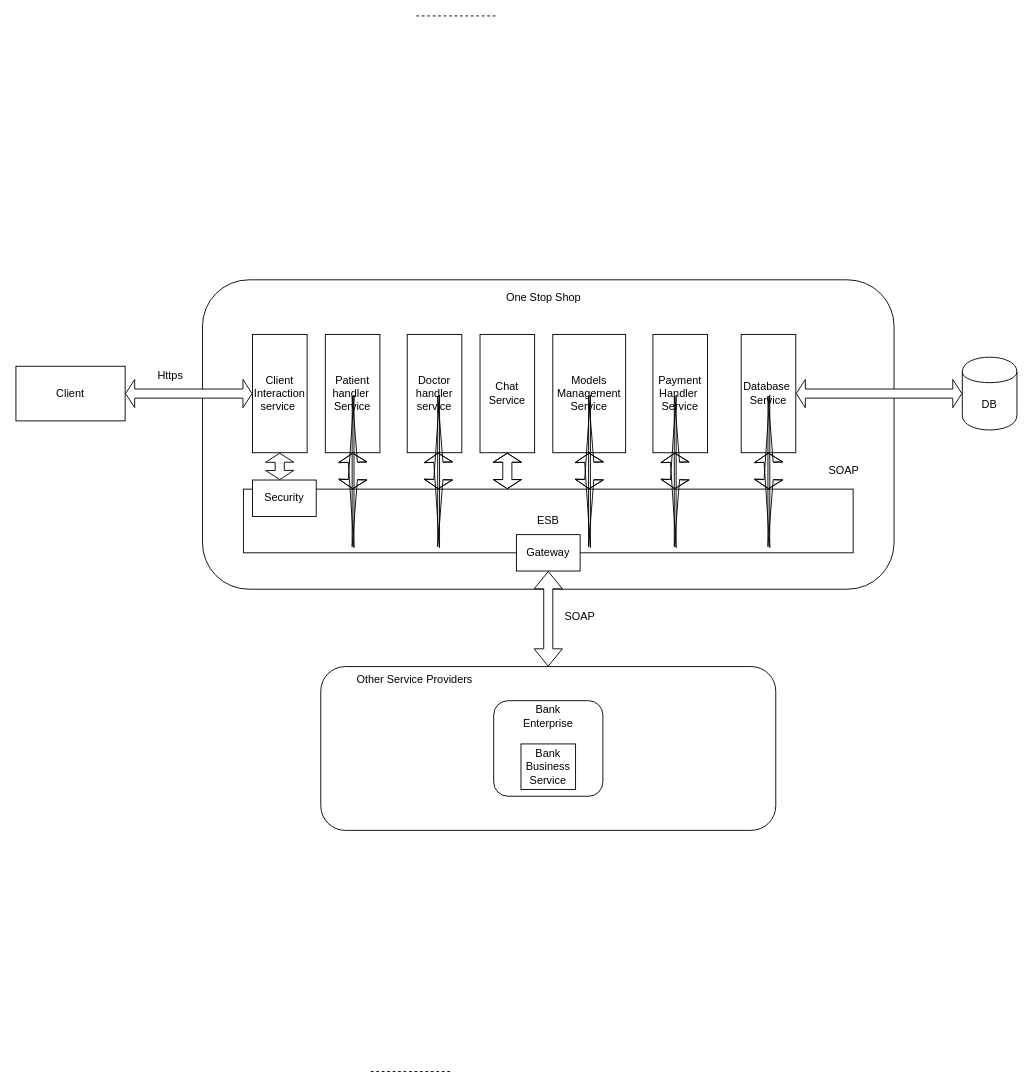
Earlier version of the draw.io diagram page "Deployment diagram" (11 of 12) of stqa.drawio (MohitBurkule/doctorconnect). Source tidied: cells renumbered, new cells numbered last; positions are measured from the earlier drawing's top-left corner, leaving out a move shared by most shapes. Both pictures are drawn from the tidied source at 91%, with x=0, y=0 at pixel (15, 15).
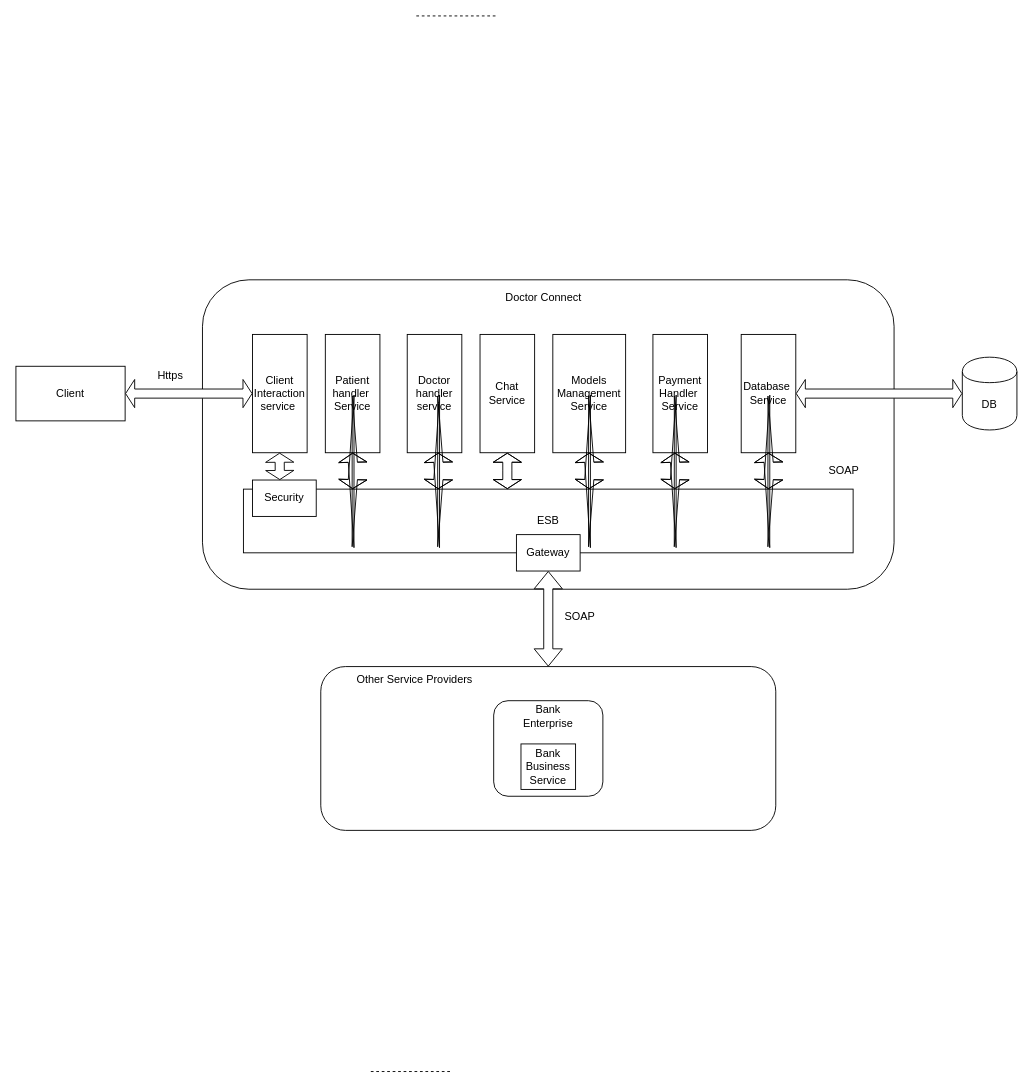
After the change.

Diff of the diagram source:
```diff
@@
-    <mxCell id="32" value="&lt;font style=&quot;font-size: 12px&quot;&gt;One Stop Shop&lt;/font&gt;" style="text;html=1;strokeColor=none;fillColor=none;align=center;verticalAlign=middle;whiteSpace=wrap;rounded=0;fontSize=5;" parent="1" vertex="1">
+    <mxCell id="32" value="&lt;font style=&quot;font-size: 12px&quot;&gt;Doctor Connect&lt;/font&gt;" style="text;html=1;strokeColor=none;fillColor=none;align=center;verticalAlign=middle;whiteSpace=wrap;rounded=0;fontSize=5;" parent="1" vertex="1">
       <mxGeometry x="490" y="300" width="180" height="20" as="geometry" />
     </mxCell>
```
